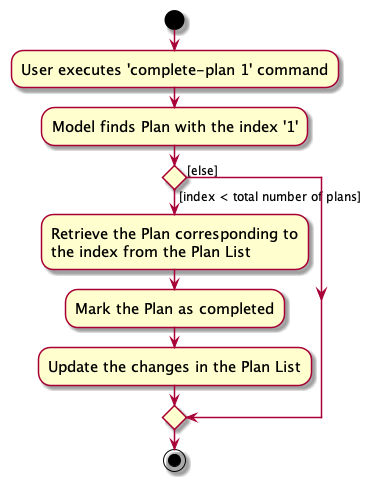
Before: docs/diagrams/CompletePlanCommandActivityDiagram.png, a diagram exported from PlantUML (victorlaiyeeteng/tp).
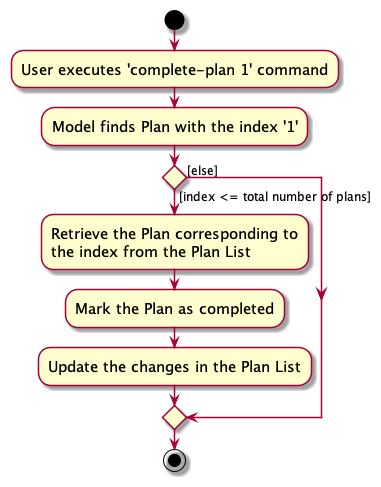
Above is the later version.

The edit, as a diff of the source:
```diff
@@ -7,7 +7,7 @@
 :Model finds Plan with the index '1';
 
 
-if () then ([index < total number of plans])
+if () then ([index <= total number of plans])
     :Retrieve the Plan corresponding to
     the index from the Plan List;
     :Mark the Plan as completed;
```
